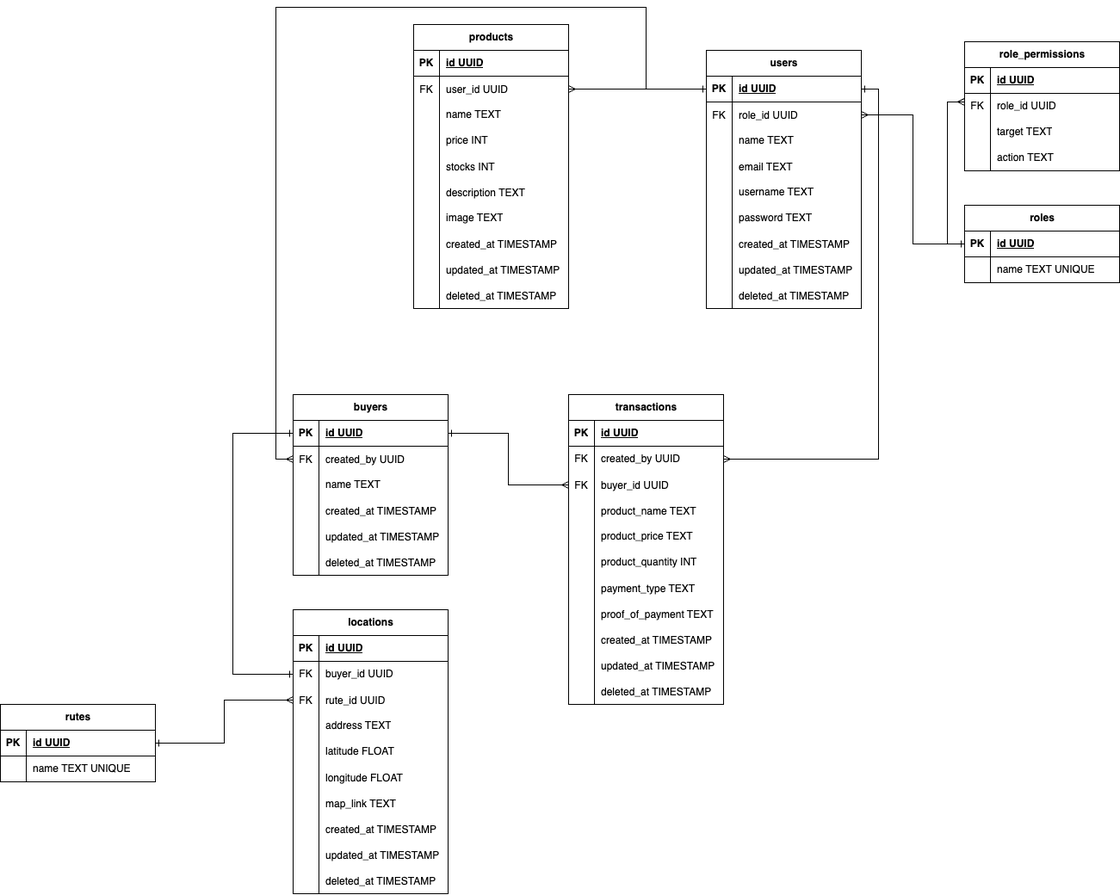
Above: docs/erd/erd.png in albarrazikrillah14/eskristal-be (draw.io), before the change. Source tidied: cells renumbered, new cells last; positions are measured from the earlier drawing's top-left corner, leaving out a move shared by most shapes.
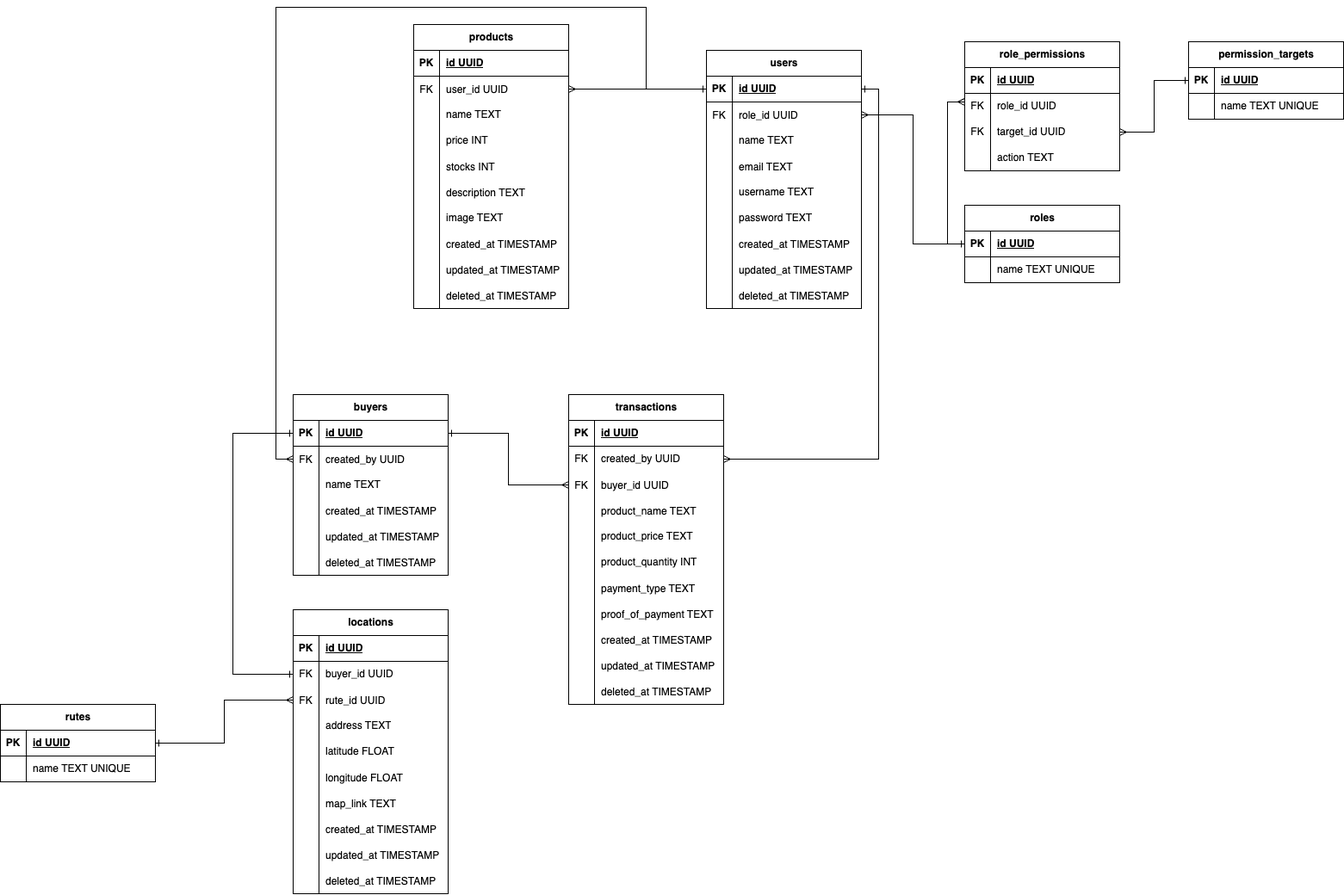
Later version of the same file.

Diff of the diagram source:
```diff
@@ -506,10 +506,10 @@
     <mxCell id="165" style="shape=tableRow;horizontal=0;startSize=0;swimlaneHead=0;swimlaneBody=0;fillColor=none;points=[[0,0.5],[1,0.5]];portConstraint=eastwest;top=0;left=0;right=0;bottom=0;" parent="158" vertex="1">
       <mxGeometry y="90" width="180" height="30" as="geometry" />
     </mxCell>
-    <mxCell id="166" style="shape=partialRectangle;fillColor=none;top=0;left=0;bottom=0;right=0;overflow=hidden;whiteSpace=wrap;html=1;" parent="165" vertex="1">
+    <mxCell id="166" value="FK" style="shape=partialRectangle;fillColor=none;top=0;left=0;bottom=0;right=0;overflow=hidden;whiteSpace=wrap;html=1;" parent="165" vertex="1">
       <mxGeometry width="30" height="30" as="geometry" />
     </mxCell>
-    <mxCell id="167" value="target TEXT" style="shape=partialRectangle;fillColor=none;top=0;left=0;bottom=0;right=0;align=left;spacingLeft=6;overflow=hidden;whiteSpace=wrap;html=1;" parent="165" vertex="1">
+    <mxCell id="167" value="target_id UUID" style="shape=partialRectangle;fillColor=none;top=0;left=0;bottom=0;right=0;align=left;spacingLeft=6;overflow=hidden;whiteSpace=wrap;html=1;" parent="165" vertex="1">
       <mxGeometry x="30" width="150" height="30" as="geometry" />
     </mxCell>
     <mxCell id="168" style="shape=tableRow;horizontal=0;startSize=0;swimlaneHead=0;swimlaneBody=0;fillColor=none;top=0;left=0;right=0;bottom=0;" parent="158" vertex="1">
@@ -548,5 +548,29 @@
     <mxCell id="179" style="edgeStyle=orthogonalEdgeStyle;rounded=0;jettySize=auto;html=1;entryX=0;entryY=0.333;entryDx=0;entryDy=0;entryPerimeter=0;startArrow=ERone;startFill=0;endArrow=ERmany;endFill=0;" parent="1" edge="1" source="172" target="162">
       <mxGeometry relative="1" as="geometry" />
     </mxCell>
+    <mxCell id="180" value="permission_targets" style="shape=table;startSize=30;rowLines=0;fontStyle=1;align=center;html=1;" parent="1" vertex="1">
+      <mxGeometry x="1380" y="40" width="180" height="90" as="geometry" />
+    </mxCell>
+    <mxCell id="181" style="shape=tableRow;horizontal=0;startSize=0;swimlaneHead=0;swimlaneBody=0;fillColor=none;points=[[0,0.5],[1,0.5]];portConstraint=eastwest;top=0;left=0;right=0;bottom=1;" parent="180" vertex="1">
+      <mxGeometry y="30" width="180" height="30" as="geometry" />
+    </mxCell>
+    <mxCell id="182" value="PK" style="shape=partialRectangle;fillColor=none;top=0;left=0;bottom=0;right=0;fontStyle=1;overflow=hidden;whiteSpace=wrap;html=1;" parent="181" vertex="1">
+      <mxGeometry width="30" height="30" as="geometry" />
+    </mxCell>
+    <mxCell id="183" value="id UUID" style="shape=partialRectangle;fillColor=none;top=0;left=0;bottom=0;right=0;align=left;spacingLeft=6;fontStyle=5;overflow=hidden;whiteSpace=wrap;html=1;" parent="181" vertex="1">
+      <mxGeometry x="30" width="150" height="30" as="geometry" />
+    </mxCell>
+    <mxCell id="184" style="shape=tableRow;horizontal=0;startSize=0;swimlaneHead=0;swimlaneBody=0;fillColor=none;top=0;left=0;right=0;bottom=0;" parent="180" vertex="1">
+      <mxGeometry y="60" width="180" height="30" as="geometry" />
+    </mxCell>
+    <mxCell id="185" style="shape=partialRectangle;fillColor=none;top=0;left=0;bottom=0;right=0;overflow=hidden;whiteSpace=wrap;html=1;" parent="184" vertex="1">
+      <mxGeometry width="30" height="30" as="geometry" />
+    </mxCell>
+    <mxCell id="186" value="name TEXT UNIQUE" style="shape=partialRectangle;fillColor=none;top=0;left=0;bottom=0;right=0;align=left;spacingLeft=6;overflow=hidden;whiteSpace=wrap;html=1;" parent="184" vertex="1">
+      <mxGeometry x="30" width="150" height="30" as="geometry" />
+    </mxCell>
+    <mxCell id="187" style="edgeStyle=orthogonalEdgeStyle;rounded=0;jettySize=auto;html=1;endArrow=ERmany;endFill=0;startArrow=ERone;startFill=0;" parent="1" edge="1" source="181" target="165">
+      <mxGeometry relative="1" as="geometry" />
+    </mxCell>
   </root>
 </mxGraphModel>
```
